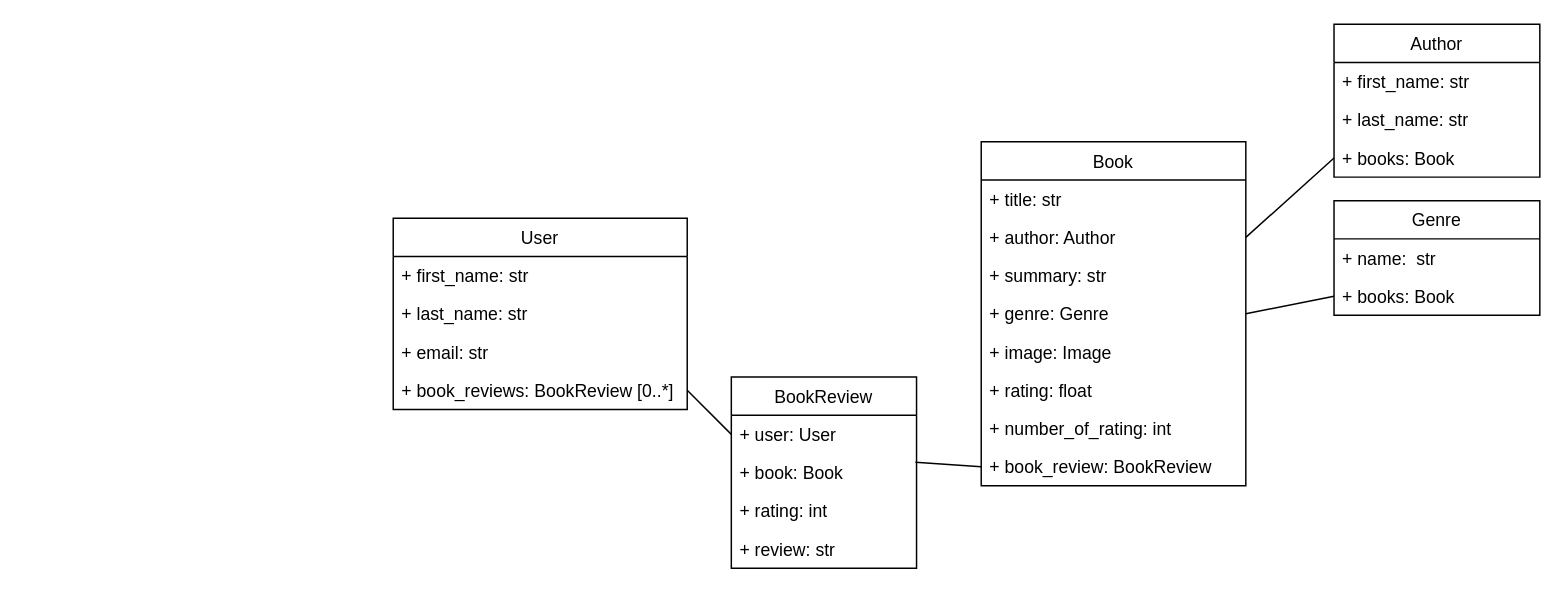
Earlier version of the draw.io diagram book-models-uml.drawio (septymka/book-app-api). Source tidied: cells renumbered, new cells numbered last; positions are measured from the earlier drawing's top-left corner, leaving out a move shared by most shapes. Both pictures are drawn from the tidied source at 147%, with x=0, y=0 at pixel (392, 24).
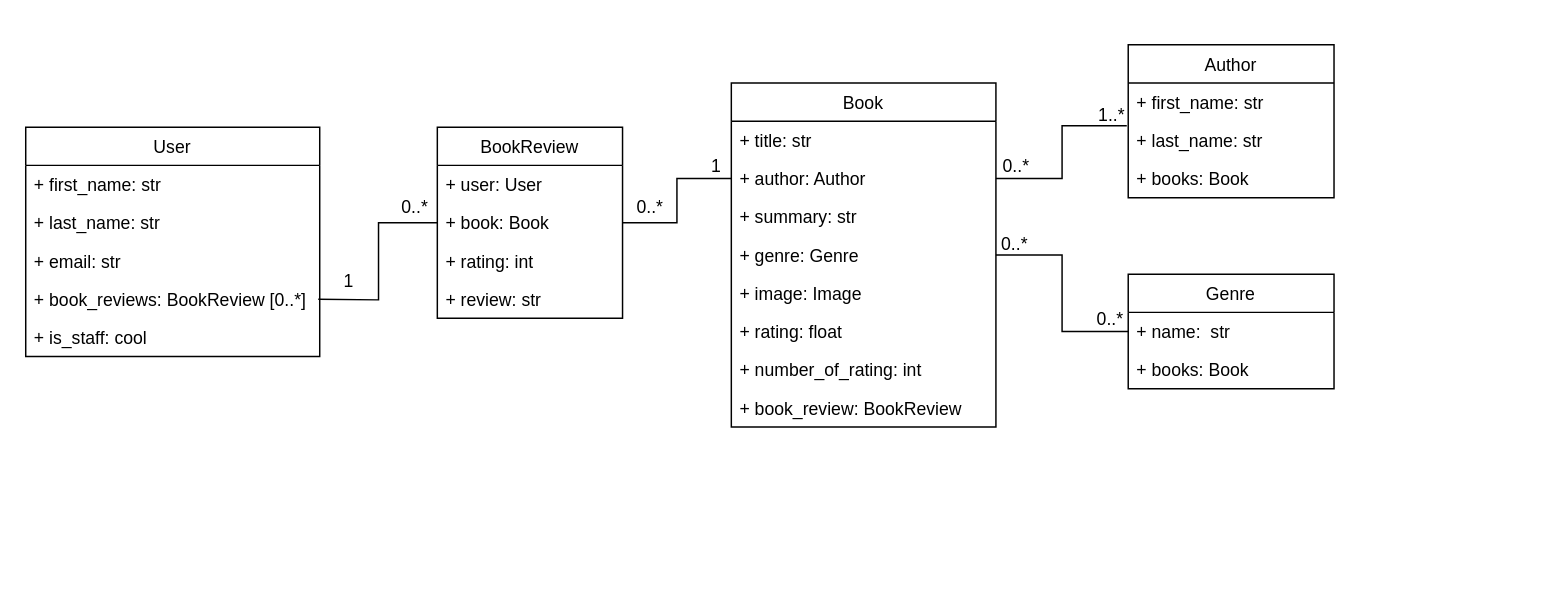
The same diagram, later.

The change refers to these unchanged cells:
```xml
<mxCell id="4" value="+ author: Author" style="text;strokeColor=none;fillColor=none;align=left;verticalAlign=top;spacingLeft=4;spacingRight=4;overflow=hidden;points=[[0,0.5],[1,0.5]];portConstraint=eastwest;" parent="2" vertex="1">
  <mxGeometry y="52" width="180" height="26" as="geometry" />
</mxCell>
<mxCell id="6" value="+ genre: Genre" style="text;strokeColor=none;fillColor=none;align=left;verticalAlign=top;spacingLeft=4;spacingRight=4;overflow=hidden;points=[[0,0.5],[1,0.5]];portConstraint=eastwest;" parent="2" vertex="1">
  <mxGeometry y="104" width="180" height="26" as="geometry" />
</mxCell>
<mxCell id="10" value="+ book_review: BookReview" style="text;strokeColor=none;fillColor=none;align=left;verticalAlign=top;spacingLeft=4;spacingRight=4;overflow=hidden;points=[[0,0.5],[1,0.5]];portConstraint=eastwest;" parent="2" vertex="1">
  <mxGeometry y="208" width="180" height="26" as="geometry" />
</mxCell>
<mxCell id="12" value="+ first_name: str" style="text;strokeColor=none;fillColor=none;align=left;verticalAlign=top;spacingLeft=4;spacingRight=4;overflow=hidden;points=[[0,0.5],[1,0.5]];portConstraint=eastwest;" parent="11" vertex="1">
  <mxGeometry y="26" width="140" height="26" as="geometry" />
</mxCell>
<mxCell id="14" value="+ books: Book" style="text;strokeColor=none;fillColor=none;align=left;verticalAlign=top;spacingLeft=4;spacingRight=4;overflow=hidden;points=[[0,0.5],[1,0.5]];portConstraint=eastwest;" parent="11" vertex="1">
  <mxGeometry y="78" width="140" height="26" as="geometry" />
</mxCell>
<mxCell id="16" value="+ name:  str" style="text;strokeColor=none;fillColor=none;align=left;verticalAlign=top;spacingLeft=4;spacingRight=4;overflow=hidden;points=[[0,0.5],[1,0.5]];portConstraint=eastwest;" parent="15" vertex="1">
  <mxGeometry y="26" width="140" height="26" as="geometry" />
</mxCell>
<mxCell id="17" value="+ books: Book" style="text;strokeColor=none;fillColor=none;align=left;verticalAlign=top;spacingLeft=4;spacingRight=4;overflow=hidden;points=[[0,0.5],[1,0.5]];portConstraint=eastwest;" parent="15" vertex="1">
  <mxGeometry y="52" width="140" height="26" as="geometry" />
</mxCell>
<mxCell id="22" value="+ book_reviews: BookReview [0..*]" style="text;strokeColor=none;fillColor=none;align=left;verticalAlign=top;spacingLeft=4;spacingRight=4;overflow=hidden;points=[[0,0.5],[1,0.5]];portConstraint=eastwest;" parent="18" vertex="1">
  <mxGeometry y="104" width="200" height="26" as="geometry" />
</mxCell>
<mxCell id="24" value="+ user: User" style="text;strokeColor=none;fillColor=none;align=left;verticalAlign=top;spacingLeft=4;spacingRight=4;overflow=hidden;points=[[0,0.5],[1,0.5]];portConstraint=eastwest;" parent="23" vertex="1">
  <mxGeometry y="26" width="126" height="26" as="geometry" />
</mxCell>
<mxCell id="25" value="+ book: Book" style="text;strokeColor=none;fillColor=none;align=left;verticalAlign=top;spacingLeft=4;spacingRight=4;overflow=hidden;points=[[0,0.5],[1,0.5]];portConstraint=eastwest;" parent="23" vertex="1">
  <mxGeometry y="52" width="126" height="26" as="geometry" />
</mxCell>
```

The edit, as a diff of the source:
```diff
@@
     <mxCell id="2" value="Book" style="swimlane;fontStyle=0;horizontal=1;startSize=26;fillColor=none;" parent="1" vertex="1">
-      <mxGeometry x="400" y="80" width="180" height="234" as="geometry" />
+      <mxGeometry x="230" y="40" width="180" height="234" as="geometry" />
     </mxCell>
@@
     <mxCell id="11" value="Author" style="swimlane;fontStyle=0;horizontal=1;startSize=26;fillColor=none;" parent="1" vertex="1">
-      <mxGeometry x="640" width="140" height="104" as="geometry" />
+      <mxGeometry x="500" y="14" width="140" height="104" as="geometry" />
     </mxCell>
@@
     <mxCell id="15" value="Genre" style="swimlane;fontStyle=0;horizontal=1;startSize=26;fillColor=none;" parent="1" vertex="1">
-      <mxGeometry x="640" y="120" width="140" height="78" as="geometry" />
+      <mxGeometry x="500" y="170" width="140" height="78" as="geometry" />
     </mxCell>
@@
     <mxCell id="18" value="User" style="swimlane;fontStyle=0;horizontal=1;startSize=26;fillColor=none;" parent="1" vertex="1">
-      <mxGeometry y="132" width="200" height="130" as="geometry" />
+      <mxGeometry x="-250" y="70" width="200" height="156" as="geometry" />
     </mxCell>
@@
+    <mxCell id="32" value="+ is_staff: cool" style="text;strokeColor=none;fillColor=none;align=left;verticalAlign=top;spacingLeft=4;spacingRight=4;overflow=hidden;" parent="18" vertex="1">
+      <mxGeometry y="130" width="200" height="26" as="geometry" />
+    </mxCell>
     <mxCell id="23" value="BookReview" style="swimlane;fontStyle=0;horizontal=1;startSize=26;fillColor=none;" parent="1" vertex="1">
-      <mxGeometry x="230" y="240" width="126" height="130" as="geometry" />
+      <mxGeometry x="30" y="70" width="126" height="130" as="geometry" />
     </mxCell>
@@
-    <mxCell id="28" style="endArrow=none;html=1;rounded=0;exitX=1;exitY=0.5;exitDx=0;exitDy=0;entryX=0;entryY=0.5;entryDx=0;entryDy=0;" parent="1" edge="1" source="4" target="14">
-      <mxGeometry relative="1" as="geometry" />
-    </mxCell>
-    <mxCell id="29" style="endArrow=none;html=1;rounded=0;entryX=1;entryY=0.5;entryDx=0;entryDy=0;exitX=0;exitY=0.5;exitDx=0;exitDy=0;" parent="1" edge="1" source="17" target="6">
-      <mxGeometry relative="1" as="geometry" />
-    </mxCell>
-    <mxCell id="30" style="endArrow=none;html=1;rounded=0;entryX=0;entryY=0.5;entryDx=0;entryDy=0;exitX=0.994;exitY=0.231;exitDx=0;exitDy=0;exitPerimeter=0;" parent="1" edge="1" source="25" target="10">
-      <mxGeometry relative="1" as="geometry" />
-    </mxCell>
-    <mxCell id="31" style="endArrow=none;html=1;rounded=0;entryX=0;entryY=0.5;entryDx=0;entryDy=0;exitX=1;exitY=0.5;exitDx=0;exitDy=0;" parent="1" edge="1" source="22" target="24">
-      <mxGeometry relative="1" as="geometry" />
-    </mxCell>
+    <mxCell id="33" style="endArrow=none;html=1;edgeStyle=orthogonalEdgeStyle;rounded=0;exitX=1;exitY=0.5;exitDx=0;exitDy=0;" parent="1" edge="1" target="23">
+      <mxGeometry relative="1" as="geometry">
+        <mxPoint x="-51" y="187" as="sourcePoint" />
+      </mxGeometry>
+    </mxCell>
+    <mxCell id="34" style="endArrow=none;html=1;edgeStyle=orthogonalEdgeStyle;rounded=0;exitX=1;exitY=0.5;exitDx=0;exitDy=0;entryX=0;entryY=0.5;entryDx=0;entryDy=0;" parent="1" edge="1" source="25" target="4">
+      <mxGeometry relative="1" as="geometry" />
+    </mxCell>
+    <mxCell id="35" style="endArrow=none;html=1;edgeStyle=orthogonalEdgeStyle;rounded=0;entryX=-0.007;entryY=1.115;entryDx=0;entryDy=0;entryPerimeter=0;" parent="1" edge="1" source="4" target="12">
+      <mxGeometry relative="1" as="geometry" />
+    </mxCell>
+    <mxCell id="36" style="endArrow=none;html=1;edgeStyle=orthogonalEdgeStyle;rounded=0;exitX=1;exitY=0.5;exitDx=0;exitDy=0;entryX=0;entryY=0.5;entryDx=0;entryDy=0;" parent="1" edge="1" source="6" target="16">
+      <mxGeometry relative="1" as="geometry" />
+    </mxCell>
+    <mxCell id="37" value="1" style="text;html=1;strokeColor=none;fillColor=none;align=center;verticalAlign=middle;whiteSpace=wrap;rounded=0;" parent="1" vertex="1">
+      <mxGeometry x="-60" y="160" width="60" height="30" as="geometry" />
+    </mxCell>
+    <mxCell id="38" value="0..*" style="text;html=1;strokeColor=none;fillColor=none;align=center;verticalAlign=middle;whiteSpace=wrap;rounded=0;" parent="1" vertex="1">
+      <mxGeometry x="-10" y="110" width="50" height="30" as="geometry" />
+    </mxCell>
+    <mxCell id="39" value="0..*" style="text;html=1;strokeColor=none;fillColor=none;align=center;verticalAlign=middle;whiteSpace=wrap;rounded=0;" parent="1" vertex="1">
+      <mxGeometry x="150" y="110" width="50" height="30" as="geometry" />
+    </mxCell>
+    <mxCell id="40" value="1" style="text;html=1;strokeColor=none;fillColor=none;align=center;verticalAlign=middle;whiteSpace=wrap;rounded=0;" parent="1" vertex="1">
+      <mxGeometry x="200" y="87" width="40" height="20" as="geometry" />
+    </mxCell>
+    <mxCell id="41" value="0..*" style="text;html=1;strokeColor=none;fillColor=none;align=center;verticalAlign=middle;whiteSpace=wrap;rounded=0;" parent="1" vertex="1">
+      <mxGeometry x="399" y="82" width="50" height="30" as="geometry" />
+    </mxCell>
+    <mxCell id="42" value="1..*" style="text;html=1;strokeColor=none;fillColor=none;align=center;verticalAlign=middle;whiteSpace=wrap;rounded=0;" parent="1" vertex="1">
+      <mxGeometry x="464" y="47" width="50" height="30" as="geometry" />
+    </mxCell>
+    <mxCell id="43" value="0..*" style="text;html=1;strokeColor=none;fillColor=none;align=center;verticalAlign=middle;whiteSpace=wrap;rounded=0;" parent="1" vertex="1">
+      <mxGeometry x="398" y="135" width="50" height="30" as="geometry" />
+    </mxCell>
+    <mxCell id="44" value="0..*" style="text;html=1;strokeColor=none;fillColor=none;align=center;verticalAlign=middle;whiteSpace=wrap;rounded=0;" parent="1" vertex="1">
+      <mxGeometry x="463" y="186" width="50" height="30" as="geometry" />
+    </mxCell>
```
